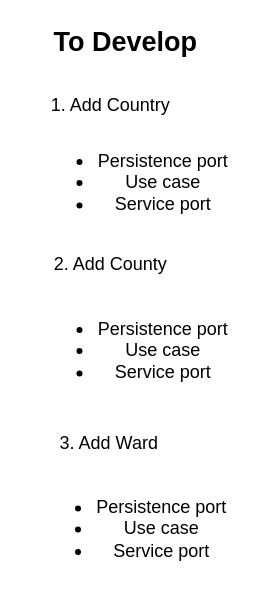
The draw.io diagram page "Development Process" (2 of 3) of teua-1-2.drawio in GitauSam/teua-1.2, before the edit. Source tidied: cells renumbered, new cells numbered last; positions are measured from the earlier drawing's top-left corner, leaving out a move shared by most shapes. Both pictures are drawn from the tidied source at 150%, with x=0, y=0 at pixel (26, 27).
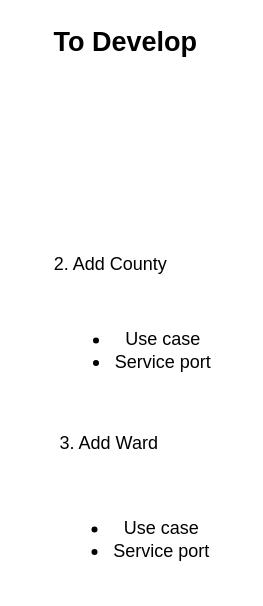
The same diagram, later.

Diff of the diagram source:
```diff
@@
 <mxGraphModel>
   <root>
     <mxCell id="0" />
     <mxCell id="1" parent="0" />
     <mxCell id="2" value="&lt;font style=&quot;font-size: 18px&quot;&gt;&lt;b&gt;To Develop&lt;/b&gt;&lt;/font&gt;" style="text;html=1;align=center;verticalAlign=middle;strokeColor=none;fillColor=none;" parent="1" vertex="1">
       <mxGeometry x="11" width="110" height="20" as="geometry" />
     </mxCell>
-    <mxCell id="3" value="&lt;font style=&quot;font-size: 12px&quot;&gt;1. Add Country&lt;/font&gt;" style="text;html=1;align=center;verticalAlign=middle;strokeColor=none;fillColor=none;fontSize=18;" parent="1" vertex="1">
-      <mxGeometry x="11" y="35" width="90" height="30" as="geometry" />
-    </mxCell>
-    <mxCell id="4" value="&lt;ul&gt;&lt;li&gt;Persistence port&lt;/li&gt;&lt;li&gt;Use case&lt;/li&gt;&lt;li&gt;Service port&lt;/li&gt;&lt;/ul&gt;" style="text;html=1;align=center;verticalAlign=middle;strokeColor=none;fillColor=none;fontSize=12;" parent="1" vertex="1">
-      <mxGeometry x="1" y="68" width="140" height="70" as="geometry" />
-    </mxCell>
     <mxCell id="5" value="&lt;font style=&quot;font-size: 12px&quot;&gt;2. Add County&lt;/font&gt;" style="text;html=1;align=center;verticalAlign=middle;strokeColor=none;fillColor=none;fontSize=18;" parent="1" vertex="1">
       <mxGeometry x="11" y="141" width="90" height="30" as="geometry" />
     </mxCell>
-    <mxCell id="6" value="&lt;ul&gt;&lt;li&gt;Persistence port&lt;/li&gt;&lt;li&gt;Use case&lt;/li&gt;&lt;li&gt;Service port&lt;/li&gt;&lt;/ul&gt;" style="text;html=1;align=center;verticalAlign=middle;strokeColor=none;fillColor=none;fontSize=12;" parent="1" vertex="1">
-      <mxGeometry x="1" y="180" width="140" height="70" as="geometry" />
+    <mxCell id="6" value="&lt;ul&gt;&lt;li&gt;&lt;span&gt;Use case&lt;/span&gt;&lt;br&gt;&lt;/li&gt;&lt;li&gt;Service port&lt;/li&gt;&lt;/ul&gt;" style="text;html=1;align=center;verticalAlign=middle;strokeColor=none;fillColor=none;fontSize=12;" parent="1" vertex="1">
+      <mxGeometry x="11" y="185" width="120" height="60" as="geometry" />
     </mxCell>
     <mxCell id="7" value="&lt;font style=&quot;font-size: 12px&quot;&gt;3. Add Ward&lt;/font&gt;" style="text;html=1;align=center;verticalAlign=middle;strokeColor=none;fillColor=none;fontSize=18;" parent="1" vertex="1">
       <mxGeometry x="15" y="260" width="80" height="30" as="geometry" />
     </mxCell>
-    <mxCell id="8" value="&lt;ul&gt;&lt;li&gt;Persistence port&lt;/li&gt;&lt;li&gt;Use case&lt;/li&gt;&lt;li&gt;Service port&lt;/li&gt;&lt;/ul&gt;" style="text;html=1;align=center;verticalAlign=middle;strokeColor=none;fillColor=none;fontSize=12;" parent="1" vertex="1">
-      <mxGeometry y="299" width="140" height="70" as="geometry" />
+    <mxCell id="8" value="&lt;div&gt;&lt;br&gt;&lt;/div&gt;&lt;ul&gt;&lt;li&gt;Use case&lt;/li&gt;&lt;li&gt;Service port&lt;/li&gt;&lt;/ul&gt;" style="text;html=1;align=center;verticalAlign=middle;strokeColor=none;fillColor=none;fontSize=12;" parent="1" vertex="1">
+      <mxGeometry x="10" y="299" width="120" height="70" as="geometry" />
     </mxCell>
   </root>
 </mxGraphModel>
```
